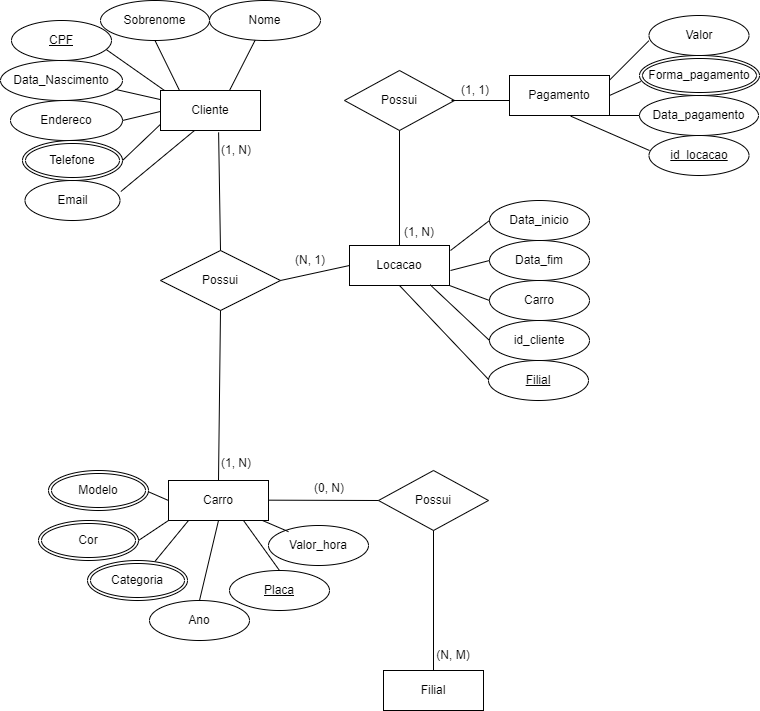
This is Mapa_BD1.drawio.png from Kelly-Prone/diagramas, a draw.io export, as it was before one commit. Source tidied: cells renumbered, new cells last; positions are measured from the earlier drawing's top-left corner, leaving out a move shared by most shapes.
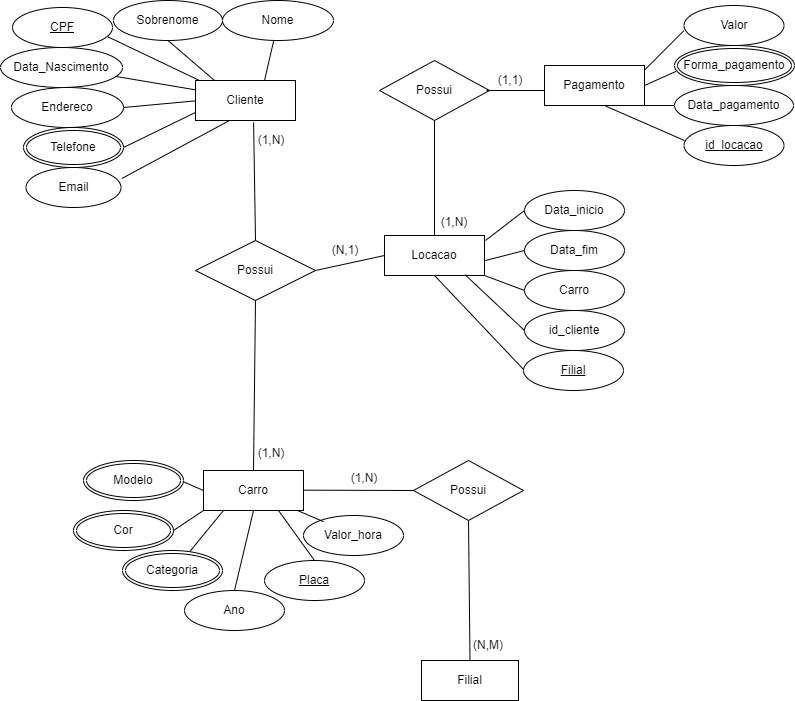
The same diagram one commit later.

Diff of the diagram source:
```diff
@@ -3,19 +3,19 @@
     <mxCell id="0" />
     <mxCell id="1" parent="0" />
     <mxCell id="2" value="Sobrenome" style="ellipse;whiteSpace=wrap;html=1;labelBackgroundColor=none;rounded=0;" parent="1" vertex="1">
-      <mxGeometry x="100" width="109" height="40" as="geometry" />
+      <mxGeometry x="78" y="10" width="109" height="40" as="geometry" />
     </mxCell>
     <mxCell id="3" value="Data_Nascimento" style="ellipse;whiteSpace=wrap;html=1;labelBackgroundColor=none;rounded=0;" parent="1" vertex="1">
-      <mxGeometry y="60" width="122" height="40" as="geometry" />
+      <mxGeometry x="-35" y="57" width="122" height="40" as="geometry" />
     </mxCell>
     <mxCell id="4" value="Endereco" style="ellipse;whiteSpace=wrap;html=1;labelBackgroundColor=none;rounded=0;" parent="1" vertex="1">
-      <mxGeometry x="10" y="100" width="112" height="40" as="geometry" />
+      <mxGeometry x="-24" y="97" width="112" height="40" as="geometry" />
     </mxCell>
     <mxCell id="5" value="Nome" style="ellipse;whiteSpace=wrap;html=1;labelBackgroundColor=none;rounded=0;" parent="1" vertex="1">
-      <mxGeometry x="209" width="111" height="40" as="geometry" />
+      <mxGeometry x="187" y="10" width="111" height="40" as="geometry" />
     </mxCell>
     <mxCell id="6" value="Email" style="ellipse;whiteSpace=wrap;html=1;labelBackgroundColor=none;rounded=0;" parent="1" vertex="1">
-      <mxGeometry x="24.5" y="180" width="95" height="40" as="geometry" />
+      <mxGeometry x="-9.5" y="177" width="95" height="40" as="geometry" />
     </mxCell>
     <mxCell id="7" style="endArrow=none;html=1;rounded=0;labelBackgroundColor=none;fontColor=default;" parent="1" edge="1" target="5">
       <mxGeometry relative="1" as="geometry">
@@ -32,9 +32,8 @@
         <mxPoint x="194" y="130" as="targetPoint" />
       </mxGeometry>
     </mxCell>
-    <mxCell id="10" style="endArrow=none;html=1;rounded=0;labelBackgroundColor=none;fontColor=default;entryX=0;entryY=0.75;entryDx=0;entryDy=0;" parent="1" edge="1">
+    <mxCell id="10" style="endArrow=none;html=1;rounded=0;labelBackgroundColor=none;fontColor=default;entryX=0;entryY=0.75;entryDx=0;entryDy=0;exitX=1;exitY=0.5;exitDx=0;exitDy=0;" parent="1" edge="1" source="16">
       <mxGeometry relative="1" as="geometry">
-        <mxPoint x="122" y="160" as="sourcePoint" />
         <mxPoint x="164" y="120" as="targetPoint" />
       </mxGeometry>
     </mxCell>
@@ -43,9 +42,8 @@
         <mxPoint x="164" y="90" as="sourcePoint" />
       </mxGeometry>
     </mxCell>
-    <mxCell id="12" style="endArrow=none;html=1;rounded=0;entryX=0;entryY=0.5;entryDx=0;entryDy=0;labelBackgroundColor=none;fontColor=default;" parent="1" edge="1">
+    <mxCell id="12" style="endArrow=none;html=1;rounded=0;entryX=0;entryY=0.5;entryDx=0;entryDy=0;labelBackgroundColor=none;fontColor=default;exitX=1;exitY=0.5;exitDx=0;exitDy=0;" parent="1" edge="1" source="4">
       <mxGeometry relative="1" as="geometry">
-        <mxPoint x="122" y="120" as="sourcePoint" />
         <mxPoint x="164" y="110" as="targetPoint" />
       </mxGeometry>
     </mxCell>
@@ -61,10 +59,10 @@
       <mxGeometry x="168" y="480" width="100" height="40" as="geometry" />
     </mxCell>
     <mxCell id="16" value="Telefone" style="ellipse;shape=doubleEllipse;margin=3;whiteSpace=wrap;html=1;align=center;" parent="1" vertex="1">
-      <mxGeometry x="22" y="140" width="100" height="40" as="geometry" />
+      <mxGeometry x="-12" y="137" width="100" height="40" as="geometry" />
     </mxCell>
     <mxCell id="17" value="CPF" style="ellipse;whiteSpace=wrap;html=1;align=center;fontStyle=4;" parent="1" vertex="1">
-      <mxGeometry x="11" y="20" width="100" height="40" as="geometry" />
+      <mxGeometry x="-23" y="17" width="100" height="40" as="geometry" />
     </mxCell>
     <mxCell id="18" value="Possui" style="shape=rhombus;perimeter=rhombusPerimeter;whiteSpace=wrap;html=1;align=center;" parent="1" vertex="1">
       <mxGeometry x="160" y="250" width="120" height="60" as="geometry" />
@@ -116,7 +114,7 @@
       <mxGeometry x="87" y="560" width="100" height="40" as="geometry" />
     </mxCell>
     <mxCell id="31" value="Filial" style="whiteSpace=wrap;html=1;align=center;" parent="1" vertex="1">
-      <mxGeometry x="383" y="670" width="100" height="40" as="geometry" />
+      <mxGeometry x="386" y="670" width="97" height="40" as="geometry" />
     </mxCell>
     <mxCell id="32" value="Possui" style="shape=rhombus;perimeter=rhombusPerimeter;whiteSpace=wrap;html=1;align=center;" parent="1" vertex="1">
       <mxGeometry x="378" y="470" width="110" height="60" as="geometry" />
@@ -228,25 +226,25 @@
     <mxCell id="60" value="Forma_pagamento" style="ellipse;shape=doubleEllipse;margin=3;whiteSpace=wrap;html=1;align=center;" parent="1" vertex="1">
       <mxGeometry x="639" y="55" width="120" height="40" as="geometry" />
     </mxCell>
-    <mxCell id="61" value="(1, N)" style="text;strokeColor=none;align=center;fillColor=none;html=1;verticalAlign=middle;whiteSpace=wrap;rounded=0;rotation=0;" parent="1" vertex="1">
+    <mxCell id="61" value="(1,N)" style="text;strokeColor=none;align=center;fillColor=none;html=1;verticalAlign=middle;whiteSpace=wrap;rounded=0;rotation=0;" parent="1" vertex="1">
       <mxGeometry x="206" y="135" width="60" height="30" as="geometry" />
     </mxCell>
-    <mxCell id="62" value="(1, N)" style="text;strokeColor=none;align=center;fillColor=none;html=1;verticalAlign=middle;whiteSpace=wrap;rounded=0;" parent="1" vertex="1">
+    <mxCell id="62" value="(1,N)" style="text;strokeColor=none;align=center;fillColor=none;html=1;verticalAlign=middle;whiteSpace=wrap;rounded=0;" parent="1" vertex="1">
       <mxGeometry x="206" y="448" width="60" height="30" as="geometry" />
     </mxCell>
-    <mxCell id="63" value="(N, 1)" style="text;strokeColor=none;align=center;fillColor=none;html=1;verticalAlign=middle;whiteSpace=wrap;rounded=0;" parent="1" vertex="1">
+    <mxCell id="63" value="(N,1)" style="text;strokeColor=none;align=center;fillColor=none;html=1;verticalAlign=middle;whiteSpace=wrap;rounded=0;" parent="1" vertex="1">
       <mxGeometry x="280" y="245" width="60" height="30" as="geometry" />
     </mxCell>
-    <mxCell id="64" value="(1, 1)" style="text;strokeColor=none;align=center;fillColor=none;html=1;verticalAlign=middle;whiteSpace=wrap;rounded=0;rotation=0;" parent="1" vertex="1">
+    <mxCell id="64" value="(1,1)" style="text;strokeColor=none;align=center;fillColor=none;html=1;verticalAlign=middle;whiteSpace=wrap;rounded=0;rotation=0;" parent="1" vertex="1">
       <mxGeometry x="445" y="75" width="60" height="30" as="geometry" />
     </mxCell>
-    <mxCell id="65" value="(0, N)" style="text;strokeColor=none;align=center;fillColor=none;html=1;verticalAlign=middle;whiteSpace=wrap;rounded=0;" parent="1" vertex="1">
+    <mxCell id="65" value="(1,N)" style="text;strokeColor=none;align=center;fillColor=none;html=1;verticalAlign=middle;whiteSpace=wrap;rounded=0;" parent="1" vertex="1">
       <mxGeometry x="299" y="473" width="60" height="30" as="geometry" />
     </mxCell>
-    <mxCell id="66" value="(N, M)" style="text;strokeColor=none;align=center;fillColor=none;html=1;verticalAlign=middle;whiteSpace=wrap;rounded=0;" parent="1" vertex="1">
+    <mxCell id="66" value="(N,M)" style="text;strokeColor=none;align=center;fillColor=none;html=1;verticalAlign=middle;whiteSpace=wrap;rounded=0;" parent="1" vertex="1">
       <mxGeometry x="423" y="640" width="60" height="30" as="geometry" />
     </mxCell>
-    <mxCell id="67" value="(1, N)" style="text;strokeColor=none;align=center;fillColor=none;html=1;verticalAlign=middle;whiteSpace=wrap;rounded=0;" parent="1" vertex="1">
+    <mxCell id="67" value="(1,N)" style="text;strokeColor=none;align=center;fillColor=none;html=1;verticalAlign=middle;whiteSpace=wrap;rounded=0;" parent="1" vertex="1">
       <mxGeometry x="389" y="217" width="60" height="30" as="geometry" />
     </mxCell>
   </root>
```
